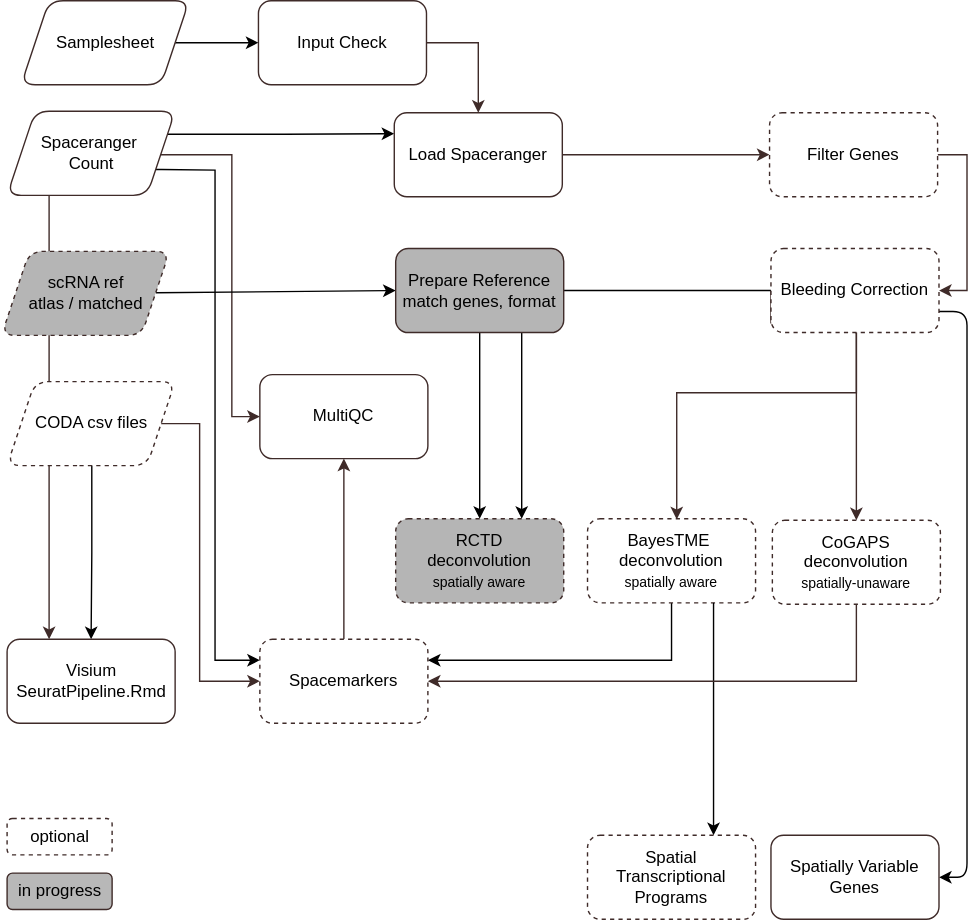
Earlier version of the draw.io export assets/btc-visium.svg (break-through-cancer/btc-spatial-pipelines). Source tidied: cells renumbered, new cells last; positions are measured from the earlier drawing's top-left corner, leaving out a move shared by most shapes.
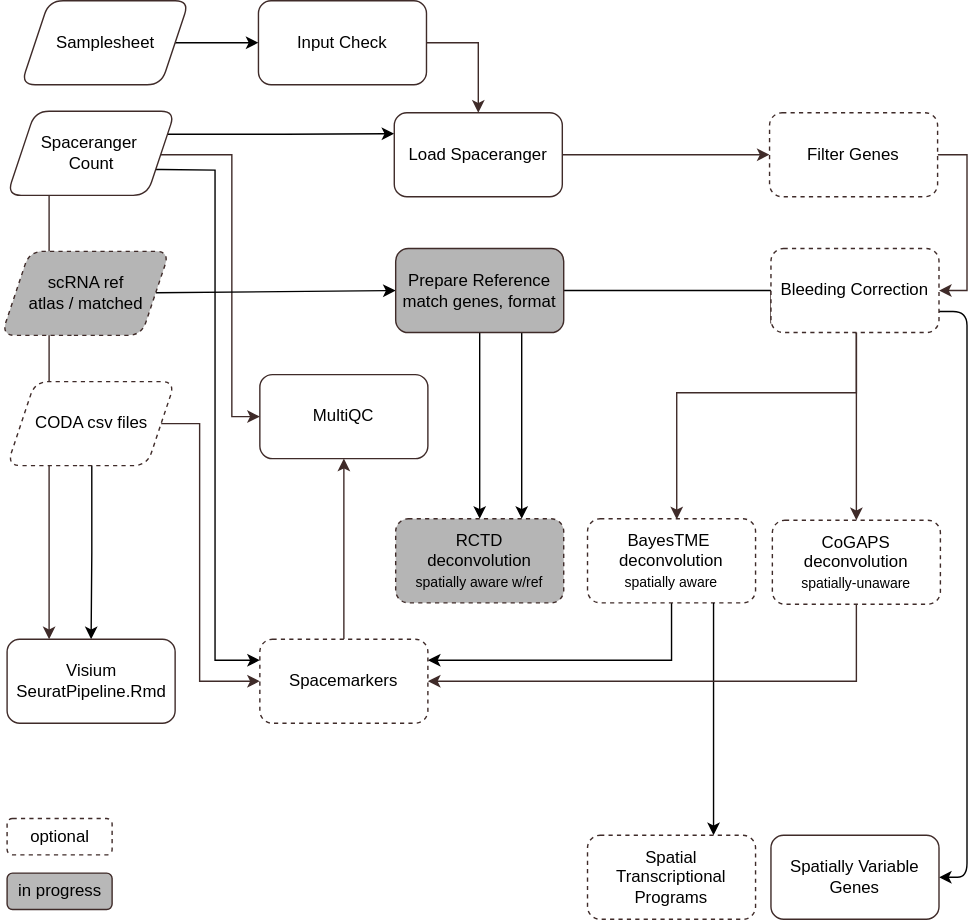
The same diagram one commit later.

Change to the diagram source:
```diff
@@ -158,7 +158,7 @@
     <mxCell id="39" value="Prepare Reference&lt;div&gt;match genes, format&lt;/div&gt;" style="rounded=1;whiteSpace=wrap;html=1;strokeColor=#3F2B29;fillColor=#B5B5B5;" parent="1" vertex="1">
       <mxGeometry x="282" y="177" width="120" height="60" as="geometry" />
     </mxCell>
-    <mxCell id="40" value="&lt;div style=&quot;scrollbar-color: light-dark(#e2e2e2, #4b4b4b)&lt;br/&gt;&#9;&#9;&#9;&#9;&#9;light-dark(#fbfbfb, var(--dark-panel-color));&quot;&gt;&lt;font color=&quot;#000000&quot;&gt;RCTD&lt;/font&gt;&lt;/div&gt;&lt;div style=&quot;scrollbar-color: light-dark(#e2e2e2, #4b4b4b)&lt;br/&gt;&#9;&#9;&#9;&#9;&#9;light-dark(#fbfbfb, var(--dark-panel-color));&quot;&gt;deconvolution&lt;/div&gt;&lt;div style=&quot;scrollbar-color: light-dark(#e2e2e2, #4b4b4b)&lt;br/&gt;&#9;&#9;&#9;&#9;&#9;light-dark(#fbfbfb, var(--dark-panel-color));&quot;&gt;&lt;font style=&quot;font-size: 10px;&quot;&gt;spatially aware&lt;/font&gt;&lt;/div&gt;" style="rounded=1;whiteSpace=wrap;html=1;strokeColor=#3F2B29;dashed=1;fillColor=#B5B5B5;" parent="1" vertex="1">
+    <mxCell id="40" value="&lt;div style=&quot;scrollbar-color: light-dark(#e2e2e2, #4b4b4b)&lt;br/&gt;&#9;&#9;&#9;&#9;&#9;light-dark(#fbfbfb, var(--dark-panel-color));&quot;&gt;&lt;font color=&quot;#000000&quot;&gt;RCTD&lt;/font&gt;&lt;/div&gt;&lt;div style=&quot;scrollbar-color: light-dark(#e2e2e2, #4b4b4b)&lt;br/&gt;&#9;&#9;&#9;&#9;&#9;light-dark(#fbfbfb, var(--dark-panel-color));&quot;&gt;deconvolution&lt;/div&gt;&lt;div style=&quot;scrollbar-color: light-dark(#e2e2e2, #4b4b4b)&lt;br/&gt;&#9;&#9;&#9;&#9;&#9;light-dark(#fbfbfb, var(--dark-panel-color));&quot;&gt;&lt;font style=&quot;font-size: 10px;&quot;&gt;spatially aware w/ref&lt;/font&gt;&lt;/div&gt;" style="rounded=1;whiteSpace=wrap;html=1;strokeColor=#3F2B29;dashed=1;fillColor=#B5B5B5;" parent="1" vertex="1">
       <mxGeometry x="282" y="370" width="120" height="60" as="geometry" />
     </mxCell>
   </root>
```
